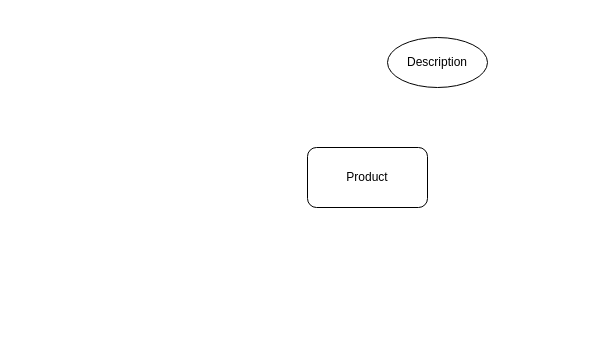
This is diagrams/WEB.drawio from JeeJay23/diagrams, a draw.io file, before an edit. Source tidied: cells renumbered, new cells numbered last; positions are measured from the earlier drawing's top-left corner, leaving out a move shared by most shapes. Both pictures are drawn from the tidied source at 100%, with x=0, y=0 at pixel (307, 37).
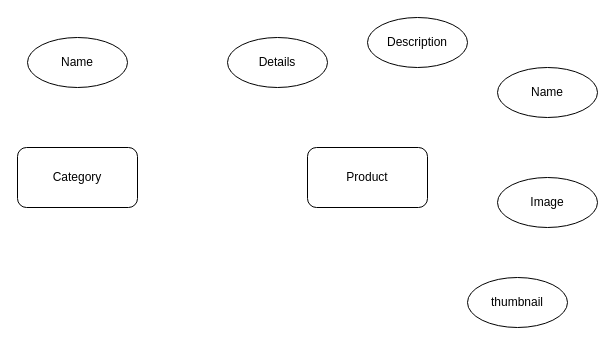
The same page after the edit.

Change to the diagram source:
```diff
@@
 <mxGraphModel>
   <root>
     <mxCell id="0" />
     <mxCell id="1" parent="0" />
     <mxCell id="2" value="Product" style="rounded=1;whiteSpace=wrap;html=1;" parent="1" vertex="1">
       <mxGeometry y="110" width="120" height="60" as="geometry" />
     </mxCell>
     <mxCell id="3" value="Description" style="ellipse;whiteSpace=wrap;html=1;" parent="1" vertex="1">
-      <mxGeometry x="80" width="100" height="50" as="geometry" />
+      <mxGeometry x="60" y="-20" width="100" height="50" as="geometry" />
     </mxCell>
+    <mxCell id="4" value="Details" style="ellipse;whiteSpace=wrap;html=1;" parent="1" vertex="1">
+      <mxGeometry x="-80" width="100" height="50" as="geometry" />
+    </mxCell>
+    <mxCell id="5" value="Image" style="ellipse;whiteSpace=wrap;html=1;" parent="1" vertex="1">
+      <mxGeometry x="190" y="140" width="100" height="50" as="geometry" />
+    </mxCell>
+    <mxCell id="6" value="thumbnail" style="ellipse;whiteSpace=wrap;html=1;" parent="1" vertex="1">
+      <mxGeometry x="160" y="240" width="100" height="50" as="geometry" />
+    </mxCell>
+    <mxCell id="7" value="Category" style="rounded=1;whiteSpace=wrap;html=1;" parent="1" vertex="1">
+      <mxGeometry x="-290" y="110" width="120" height="60" as="geometry" />
+    </mxCell>
+    <mxCell id="8" value="Name" style="ellipse;whiteSpace=wrap;html=1;" parent="1" vertex="1">
+      <mxGeometry x="-280" width="100" height="50" as="geometry" />
+    </mxCell>
+    <mxCell id="9" value="Name" style="ellipse;whiteSpace=wrap;html=1;" parent="1" vertex="1">
+      <mxGeometry x="190" y="30" width="100" height="50" as="geometry" />
+    </mxCell>
   </root>
 </mxGraphModel>
```
